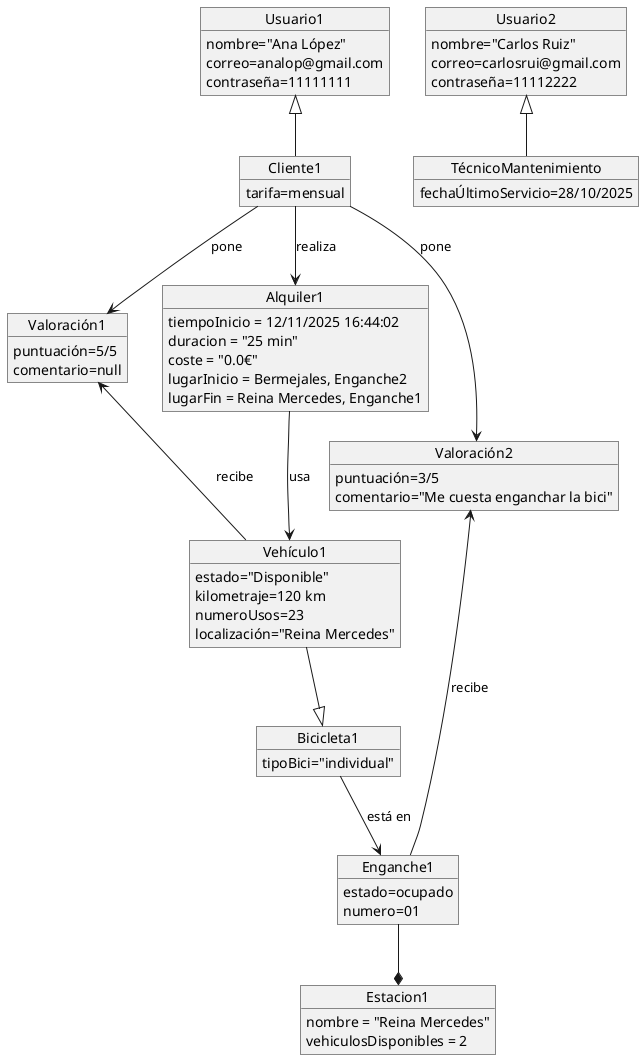
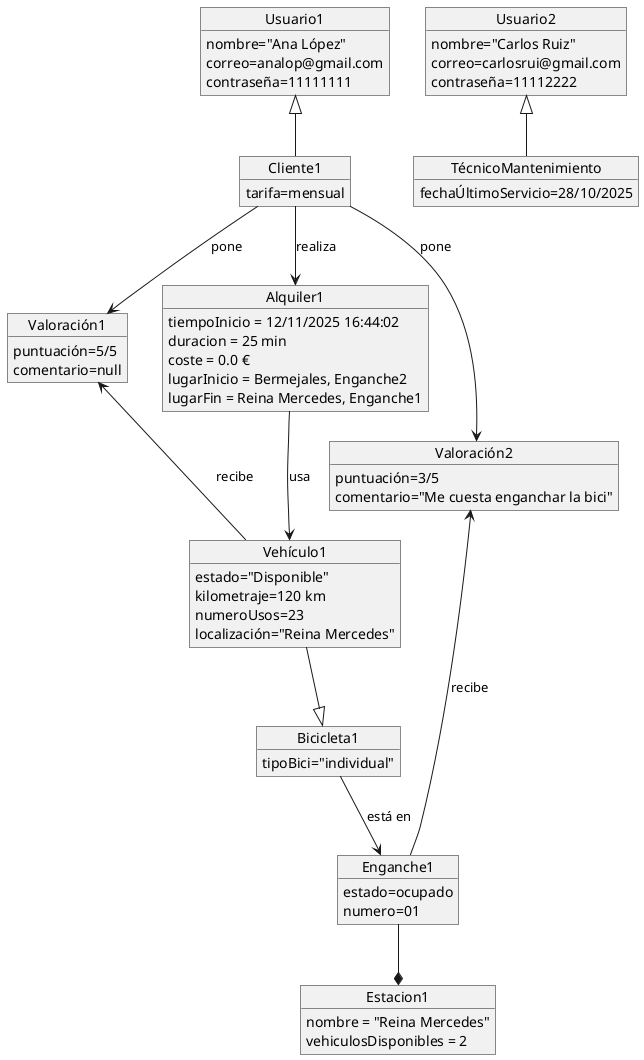
@startuml DiagramaObjetos

object Usuario1 {
  nombre="Ana López"
  correo=analop@gmail.com
  contraseña=11111111
}
object Usuario2 {
  nombre="Carlos Ruiz"
  correo=carlosrui@gmail.com
  contraseña=11112222
}


object Cliente1 {
  tarifa=mensual
}


object TécnicoMantenimiento {
  fechaÚltimoServicio=28/10/2025
}

object Valoración1 {
  puntuación=5/5
  comentario=null
}

object Valoración2 {
  puntuación=3/5
  comentario="Me cuesta enganchar la bici"
}

object Enganche1 {
  estado=ocupado
  numero=01
}

object Vehículo1 {
  estado="Disponible"
  kilometraje=120 km
  numeroUsos=23
  localización="Reina Mercedes"
}
object Bicicleta1 {
  tipoBici="individual"
}

object Estacion1 {
  nombre = "Reina Mercedes"
  vehiculosDisponibles = 2
}

object Alquiler1 {
  tiempoInicio = 12/11/2025 16:44:02
-   duracion = "25 min"
-   coste = "0.0€"
+   duracion = 25 min
+   coste = 0.0 €
  lugarInicio = Bermejales, Enganche2
  lugarFin = Reina Mercedes, Enganche1
}

Cliente1 --> Alquiler1 : realiza

Alquiler1 --> Vehículo1 : usa

Vehículo1 --|> Bicicleta1

Bicicleta1 --> Enganche1: está en

Enganche1 --* Estacion1

Cliente1 --> Valoración1 : pone
Cliente1 --> Valoración2 : pone
Valoración1 <-- Vehículo1 : recibe
Valoración2 <-- Enganche1 : recibe

Usuario1 <|-- Cliente1
Usuario2 <|-- TécnicoMantenimiento

@enduml
